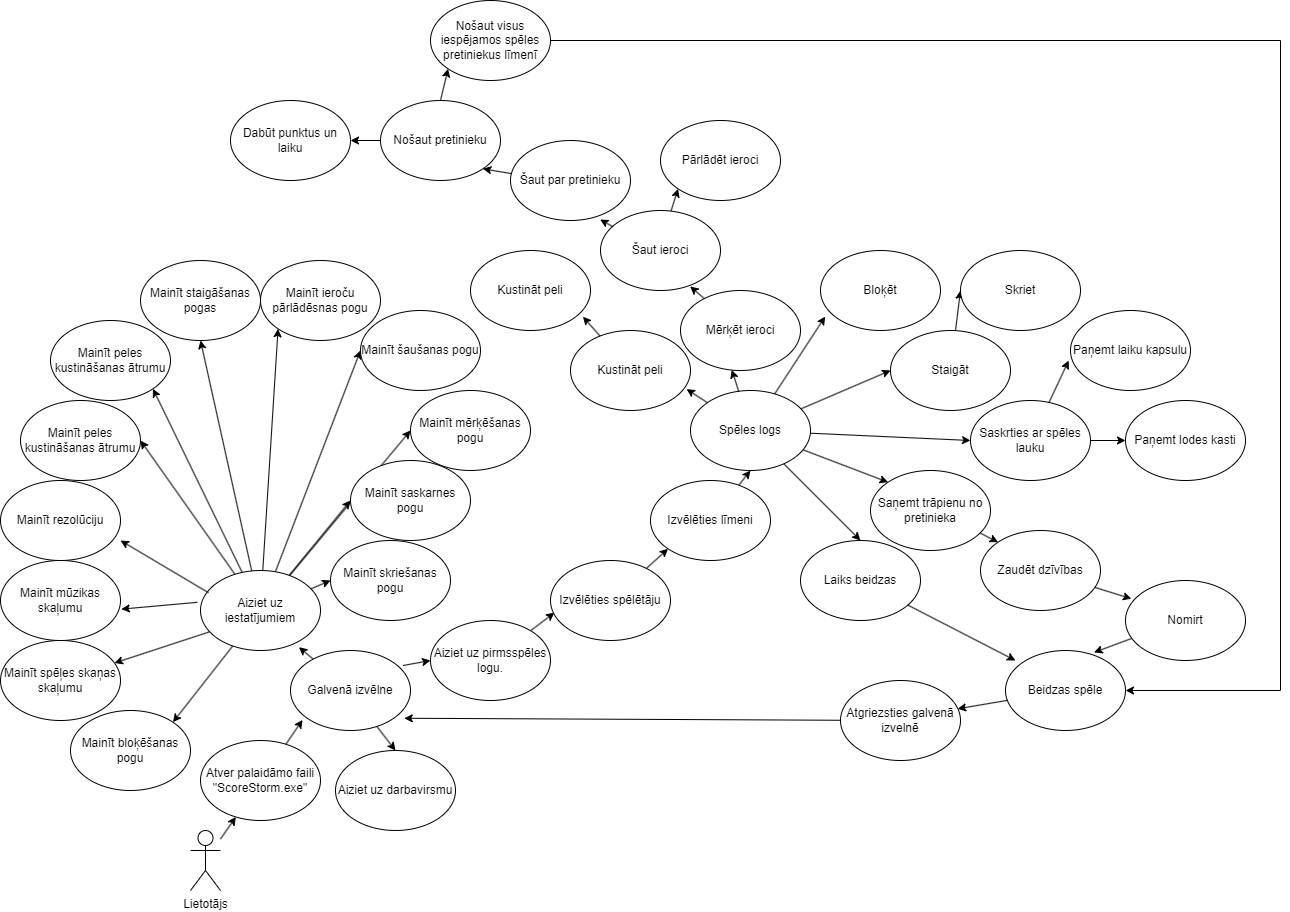
Earlier version of the draw.io export Diagrammas/UseCase.png (GNarvils/ScoreStorm). Source tidied: cells renumbered, new cells last; positions are measured from the earlier drawing's top-left corner, leaving out a move shared by most shapes.
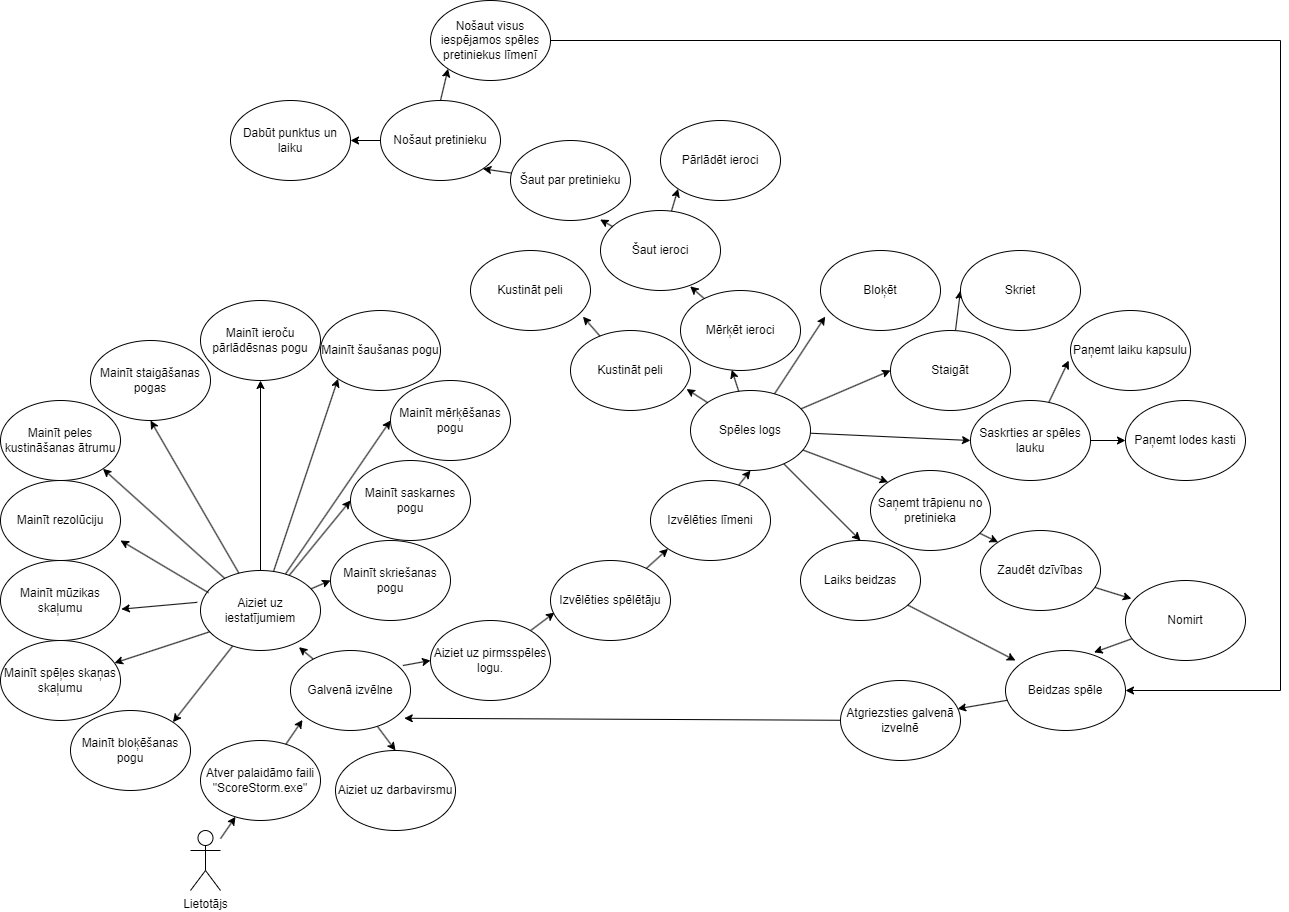
After the commit.

The edit, as a diff of the source:
```diff
@@ -26,16 +26,13 @@
     <mxCell id="9" value="Aiziet uz darbavirsmu" style="ellipse;whiteSpace=wrap;html=1;" parent="1" vertex="1">
       <mxGeometry x="335" y="750" width="120" height="80" as="geometry" />
     </mxCell>
-    <mxCell id="10" style="rounded=0;jettySize=auto;html=1;entryX=1;entryY=0.5;entryDx=0;entryDy=0;" parent="1" edge="1" source="18" target="34">
-      <mxGeometry relative="1" as="geometry" />
-    </mxCell>
     <mxCell id="11" style="rounded=0;jettySize=auto;html=1;entryX=0.5;entryY=1;entryDx=0;entryDy=0;" parent="1" edge="1" source="18" target="38">
       <mxGeometry relative="1" as="geometry" />
     </mxCell>
-    <mxCell id="12" style="rounded=0;jettySize=auto;html=1;entryX=0;entryY=1;entryDx=0;entryDy=0;" parent="1" edge="1" source="18" target="39">
+    <mxCell id="12" style="rounded=0;jettySize=auto;html=1;entryX=0.5;entryY=1;entryDx=0;entryDy=0;" parent="1" edge="1" source="18" target="39">
       <mxGeometry relative="1" as="geometry" />
     </mxCell>
-    <mxCell id="13" style="rounded=0;jettySize=auto;html=1;entryX=0;entryY=0.5;entryDx=0;entryDy=0;" parent="1" edge="1" source="18" target="42">
+    <mxCell id="13" style="rounded=0;jettySize=auto;html=1;entryX=0;entryY=1;entryDx=0;entryDy=0;" parent="1" edge="1" source="18" target="42">
       <mxGeometry relative="1" as="geometry" />
     </mxCell>
     <mxCell id="14" style="rounded=0;jettySize=auto;html=1;entryX=0;entryY=0.5;entryDx=0;entryDy=0;" parent="1" edge="1" source="18" target="43">
@@ -98,11 +95,8 @@
     <mxCell id="33" value="Mainīt rezolūciju" style="ellipse;whiteSpace=wrap;html=1;" parent="1" vertex="1">
       <mxGeometry y="480" width="120" height="80" as="geometry" />
     </mxCell>
-    <mxCell id="34" value="Mainīt peles kustināšanas ātrumu" style="ellipse;whiteSpace=wrap;html=1;" parent="1" vertex="1">
-      <mxGeometry x="20" y="400" width="120" height="80" as="geometry" />
-    </mxCell>
     <mxCell id="35" value="Mainīt peles kustināšanas ātrumu" style="ellipse;whiteSpace=wrap;html=1;" parent="1" vertex="1">
-      <mxGeometry x="50" y="320" width="120" height="80" as="geometry" />
+      <mxGeometry y="400" width="120" height="80" as="geometry" />
     </mxCell>
     <mxCell id="36" style="rounded=0;jettySize=auto;html=1;exitX=0.073;exitY=0.768;exitDx=0;exitDy=0;exitPerimeter=0;" parent="1" edge="1" source="18" target="31">
       <mxGeometry relative="1" as="geometry" />
@@ -111,10 +105,10 @@
       <mxGeometry relative="1" as="geometry" />
     </mxCell>
     <mxCell id="38" value="Mainīt staigāšanas pogas" style="ellipse;whiteSpace=wrap;html=1;" parent="1" vertex="1">
-      <mxGeometry x="140" y="260" width="120" height="80" as="geometry" />
+      <mxGeometry x="90" y="340" width="120" height="80" as="geometry" />
     </mxCell>
     <mxCell id="39" value="Mainīt ieroču pārlādēsnas pogu" style="ellipse;whiteSpace=wrap;html=1;" parent="1" vertex="1">
-      <mxGeometry x="260" y="260" width="120" height="80" as="geometry" />
+      <mxGeometry x="200" y="300" width="120" height="80" as="geometry" />
     </mxCell>
     <mxCell id="40" style="rounded=0;jettySize=auto;html=1;exitX=0.067;exitY=0.278;exitDx=0;exitDy=0;exitPerimeter=0;entryX=1;entryY=0.75;entryDx=0;entryDy=0;entryPerimeter=0;" parent="1" edge="1" source="18" target="33">
       <mxGeometry relative="1" as="geometry" />
@@ -123,10 +117,10 @@
       <mxGeometry relative="1" as="geometry" />
     </mxCell>
     <mxCell id="42" value="Mainīt šaušanas pogu" style="ellipse;whiteSpace=wrap;html=1;" parent="1" vertex="1">
-      <mxGeometry x="360" y="310" width="120" height="80" as="geometry" />
+      <mxGeometry x="320" y="310" width="120" height="80" as="geometry" />
     </mxCell>
     <mxCell id="43" value="Mainīt mērķēšanas pogu" style="ellipse;whiteSpace=wrap;html=1;" parent="1" vertex="1">
-      <mxGeometry x="410" y="390" width="120" height="80" as="geometry" />
+      <mxGeometry x="390" y="380" width="120" height="80" as="geometry" />
     </mxCell>
     <mxCell id="44" value="Mainīt saskarnes pogu" style="ellipse;whiteSpace=wrap;html=1;" parent="1" vertex="1">
       <mxGeometry x="350" y="460" width="120" height="80" as="geometry" />
```
